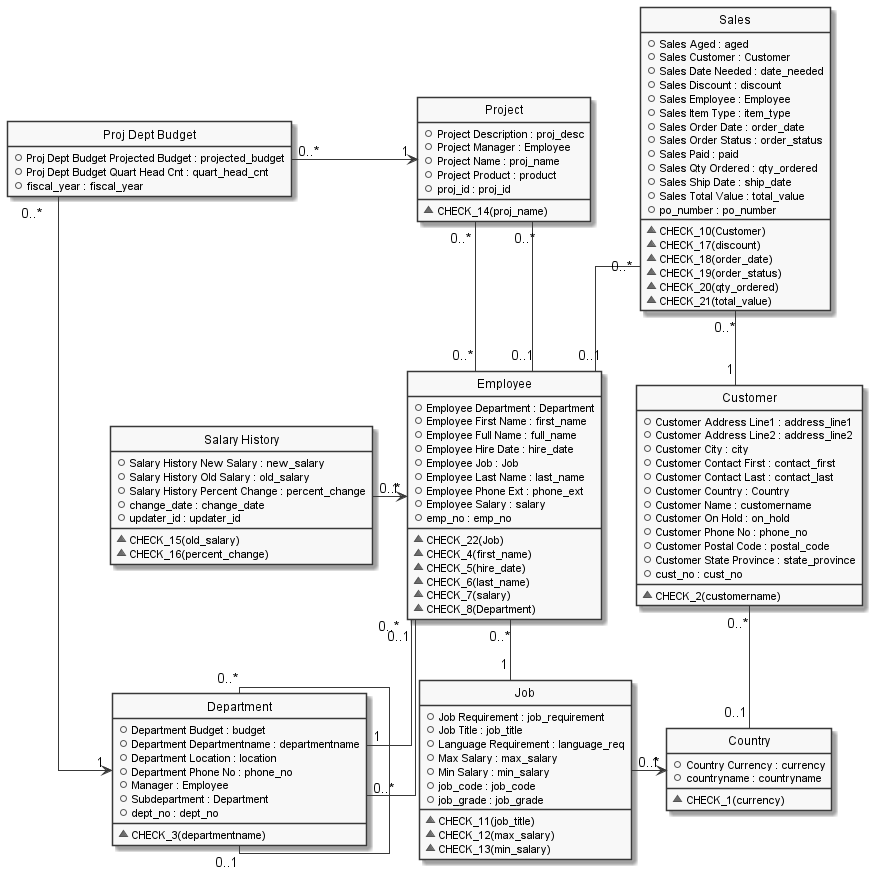
This is EN/Employee/all.uml.png from casetalk/Models, a PlantUML export, as it was before one commit.
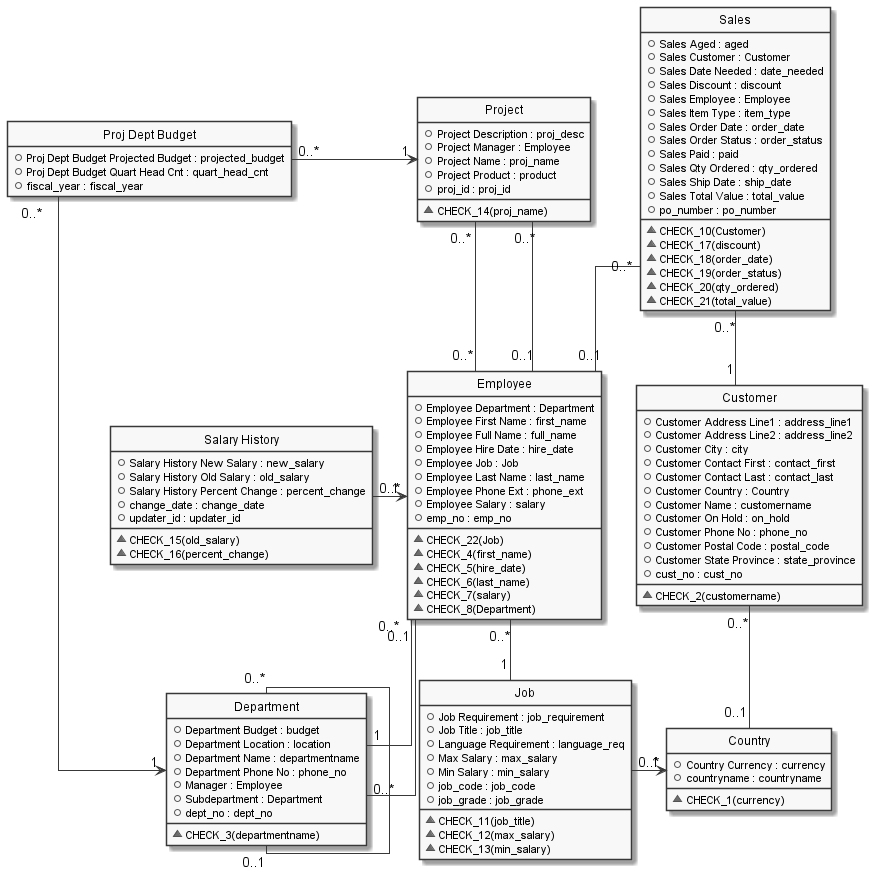
After the change.

Diff of the diagram source:
```diff
@@ -34,8 +34,8 @@
 
 class "Department" as Department  {
   +Department Budget : budget
-  +Department Departmentname : departmentname
   +Department Location : location
+  +Department Name : departmentname
   +Department Phone No : phone_no
   +Manager : Employee
   +Subdepartment : Department
```
